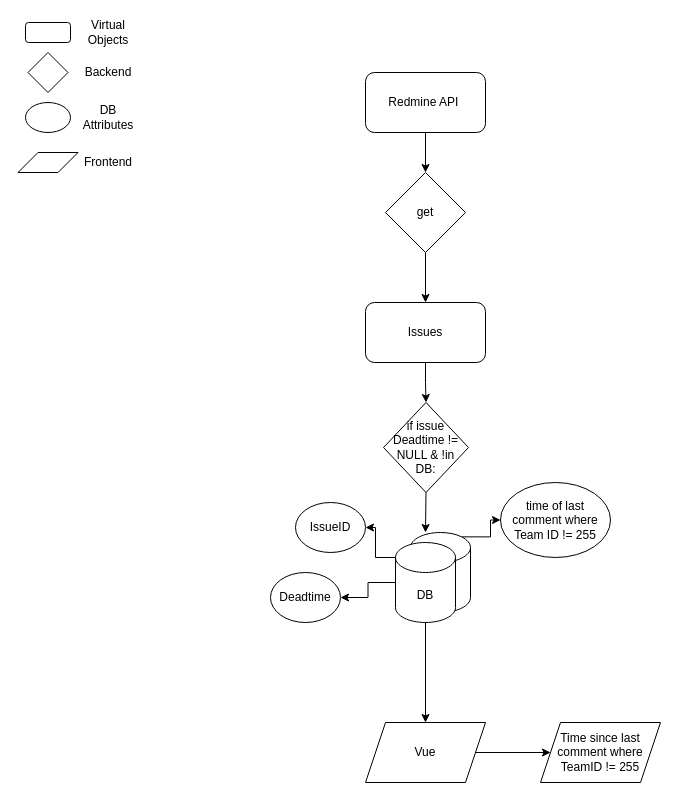
Before: Datenkonzept_TickTrack.drawio in panchord/Draw.io, a draw.io diagram. Source tidied: cells renumbered, new cells numbered last; positions are measured from the earlier drawing's top-left corner, leaving out a move shared by most shapes. Both pictures are drawn from the tidied source at 100%, with x=0, y=0 at pixel (18, 17).
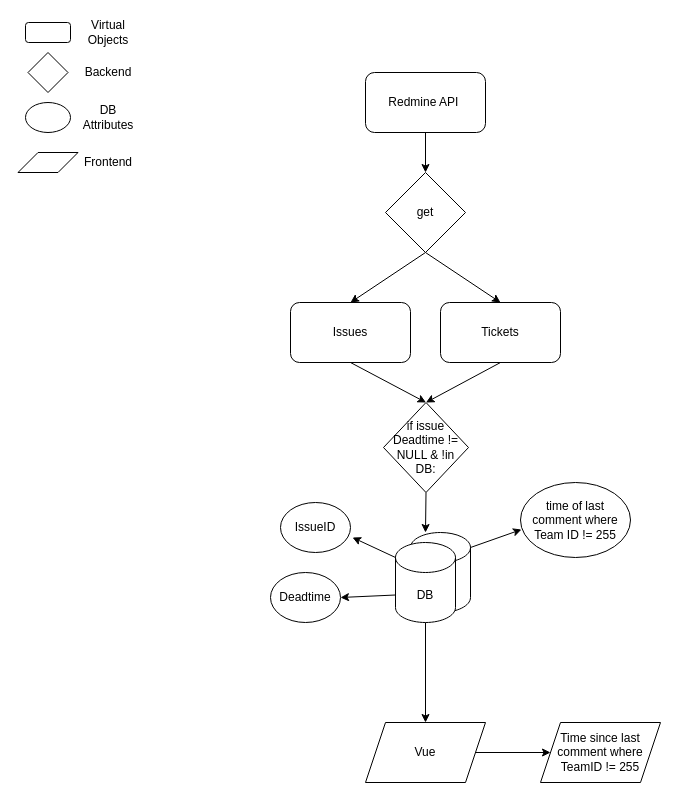
The same diagram, later.

The change refers to these unchanged cells:
```xml
<mxCell id="5" value="get" style="rhombus;whiteSpace=wrap;html=1;" parent="1" vertex="1">
  <mxGeometry x="367" y="155" width="80" height="80" as="geometry" />
</mxCell>
<mxCell id="9" value="if issue Deadtime !=&lt;div&gt;NULL &amp;amp; !in&lt;/div&gt;&lt;div&gt;DB:&lt;/div&gt;" style="rhombus;whiteSpace=wrap;html=1;" parent="1" vertex="1">
  <mxGeometry x="365" y="385" width="85" height="90" as="geometry" />
</mxCell>
<mxCell id="11" style="shape=cylinder3;whiteSpace=wrap;html=1;boundedLbl=1;backgroundOutline=1;size=15;" parent="1" vertex="1">
  <mxGeometry x="392" y="515" width="60" height="80" as="geometry" />
</mxCell>
<mxCell id="15" value="DB" style="shape=cylinder3;whiteSpace=wrap;html=1;boundedLbl=1;backgroundOutline=1;size=15;" parent="1" vertex="1">
  <mxGeometry x="377" y="525" width="60" height="80" as="geometry" />
</mxCell>
<mxCell id="17" value="Deadtime" style="ellipse;whiteSpace=wrap;html=1;" parent="1" vertex="1">
  <mxGeometry x="252" y="555" width="70" height="50" as="geometry" />
</mxCell>
<mxCell id="20" value="Vue" style="shape=parallelogram;perimeter=parallelogramPerimeter;whiteSpace=wrap;html=1;fixedSize=1;" parent="1" vertex="1">
  <mxGeometry x="347" y="705" width="120" height="60" as="geometry" />
</mxCell>
```

Change to the diagram source:
```diff
@@
+    <mxCell id="30" style="edgeStyle=none;rounded=0;jettySize=auto;html=1;exitX=0.5;exitY=1;exitDx=0;exitDy=0;entryX=0.5;entryY=0;entryDx=0;entryDy=0;" parent="1" edge="1" source="5" target="32">
+      <mxGeometry relative="1" as="geometry" />
+    </mxCell>
-    <mxCell id="4" style="edgeStyle=orthogonalEdgeStyle;rounded=0;jettySize=auto;html=1;exitX=0.5;exitY=1;exitDx=0;exitDy=0;entryX=0.5;entryY=0;entryDx=0;entryDy=0;" parent="1" edge="1" source="5" target="7">
+    <mxCell id="4" style="edgeStyle=none;rounded=0;jettySize=auto;html=1;exitX=0.5;exitY=1;exitDx=0;exitDy=0;entryX=0.5;entryY=0;entryDx=0;entryDy=0;" parent="1" edge="1" source="5" target="7">
       <mxGeometry relative="1" as="geometry" />
     </mxCell>
@@
-    <mxCell id="6" style="edgeStyle=orthogonalEdgeStyle;rounded=0;jettySize=auto;html=1;exitX=0.5;exitY=1;exitDx=0;exitDy=0;entryX=0.5;entryY=0;entryDx=0;entryDy=0;" parent="1" edge="1" source="7" target="9">
+    <mxCell id="6" style="edgeStyle=none;rounded=0;jettySize=auto;html=1;exitX=0.5;exitY=1;exitDx=0;exitDy=0;entryX=0.5;entryY=0;entryDx=0;entryDy=0;" parent="1" edge="1" source="7" target="9">
       <mxGeometry relative="1" as="geometry" />
     </mxCell>
     <mxCell id="7" value="Issues" style="rounded=1;whiteSpace=wrap;html=1;" parent="1" vertex="1">
-      <mxGeometry x="347" y="285" width="120" height="60" as="geometry" />
+      <mxGeometry x="272" y="285" width="120" height="60" as="geometry" />
     </mxCell>
@@
-    <mxCell id="10" style="edgeStyle=orthogonalEdgeStyle;rounded=0;jettySize=auto;html=1;exitX=0.855;exitY=0;exitDx=0;exitDy=4.35;exitPerimeter=0;" parent="1" edge="1" source="11" target="18">
-      <mxGeometry relative="1" as="geometry" />
-    </mxCell>
@@
-    <mxCell id="12" style="edgeStyle=orthogonalEdgeStyle;rounded=0;jettySize=auto;html=1;exitX=0;exitY=0;exitDx=0;exitDy=15;exitPerimeter=0;entryX=1;entryY=0.5;entryDx=0;entryDy=0;" parent="1" edge="1" source="15" target="16">
-      <mxGeometry relative="1" as="geometry" />
-    </mxCell>
+    <mxCell id="14" style="edgeStyle=orthogonalEdgeStyle;rounded=0;jettySize=auto;html=1;exitX=0.5;exitY=1;exitDx=0;exitDy=0;exitPerimeter=0;entryX=0.5;entryY=0;entryDx=0;entryDy=0;" parent="1" edge="1" source="15" target="20">
+      <mxGeometry relative="1" as="geometry" />
+    </mxCell>
-    <mxCell id="13" style="edgeStyle=orthogonalEdgeStyle;rounded=0;jettySize=auto;html=1;exitX=0;exitY=0.5;exitDx=0;exitDy=0;exitPerimeter=0;entryX=1;entryY=0.5;entryDx=0;entryDy=0;" parent="1" edge="1" source="15" target="17">
+    <mxCell id="13" style="edgeStyle=none;rounded=0;jettySize=auto;html=1;exitX=0;exitY=0;exitDx=0;exitDy=52.5;exitPerimeter=0;entryX=1;entryY=0.5;entryDx=0;entryDy=0;" parent="1" edge="1" source="15" target="17">
       <mxGeometry relative="1" as="geometry" />
     </mxCell>
-    <mxCell id="14" style="edgeStyle=orthogonalEdgeStyle;rounded=0;jettySize=auto;html=1;exitX=0.5;exitY=1;exitDx=0;exitDy=0;exitPerimeter=0;entryX=0.5;entryY=0;entryDx=0;entryDy=0;" parent="1" edge="1" source="15" target="20">
-      <mxGeometry relative="1" as="geometry" />
-    </mxCell>
@@
     <mxCell id="16" value="IssueID" style="ellipse;whiteSpace=wrap;html=1;" parent="1" vertex="1">
-      <mxGeometry x="277" y="485" width="70" height="50" as="geometry" />
+      <mxGeometry x="262" y="485" width="70" height="50" as="geometry" />
     </mxCell>
@@
     <mxCell id="18" value="time of last comment where Team ID != 255" style="ellipse;whiteSpace=wrap;html=1;" parent="1" vertex="1">
-      <mxGeometry x="482" y="465" width="110" height="75" as="geometry" />
+      <mxGeometry x="502" y="465" width="110" height="75" as="geometry" />
     </mxCell>
@@
+    <mxCell id="31" style="edgeStyle=none;rounded=0;jettySize=auto;html=1;exitX=0.5;exitY=1;exitDx=0;exitDy=0;entryX=0.5;entryY=0;entryDx=0;entryDy=0;" parent="1" edge="1" source="32" target="9">
+      <mxGeometry relative="1" as="geometry" />
+    </mxCell>
+    <mxCell id="32" value="Tickets" style="rounded=1;whiteSpace=wrap;html=1;" parent="1" vertex="1">
+      <mxGeometry x="422" y="285" width="120" height="60" as="geometry" />
+    </mxCell>
+    <mxCell id="10" style="edgeStyle=none;rounded=0;jettySize=auto;html=1;exitX=1;exitY=0;exitDx=0;exitDy=15;exitPerimeter=0;entryX=0.009;entryY=0.627;entryDx=0;entryDy=0;entryPerimeter=0;" parent="1" edge="1" source="11" target="18">
+      <mxGeometry relative="1" as="geometry" />
+    </mxCell>
+    <mxCell id="12" style="edgeStyle=none;rounded=0;jettySize=auto;html=1;exitX=0;exitY=0;exitDx=0;exitDy=15;exitPerimeter=0;entryX=1.029;entryY=0.7;entryDx=0;entryDy=0;entryPerimeter=0;" parent="1" edge="1" source="15" target="16">
+      <mxGeometry relative="1" as="geometry" />
+    </mxCell>
```
